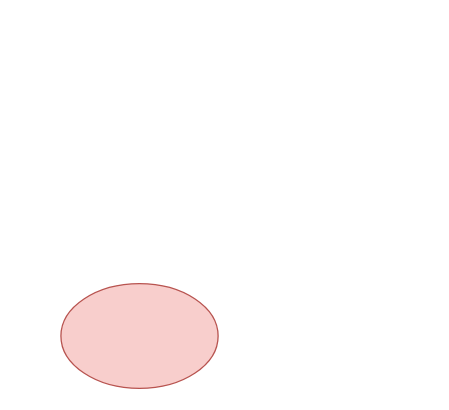
Above: page "Page-2" (2 of 2) of docs/assets/drawio/demo.drawio in ShaoOrg/bulletin (draw.io), before the change. Source tidied: cells renumbered, new cells numbered last; positions are measured from the earlier drawing's top-left corner, leaving out a move shared by most shapes. Both pictures are drawn from the tidied source at 131%, with x=0, y=0 at pixel (60, 283).
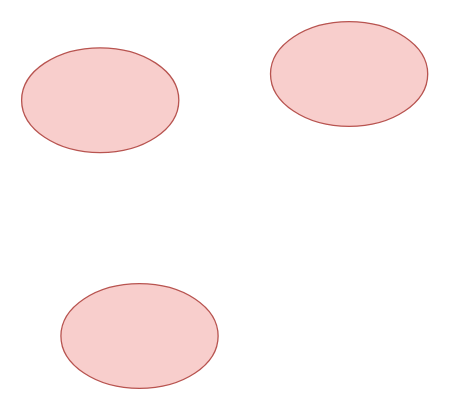
After the change.

Commit message:
commit by web api from f270e1c39490

The edit, as a diff of the source:
```diff
@@
 <mxGraphModel>
   <root>
     <mxCell id="0" />
     <mxCell id="1" parent="0" />
     <mxCell id="2" style="ellipse;whiteSpace=wrap;html=1;fillColor=#f8cecc;strokeColor=#b85450;" parent="1" vertex="1">
       <mxGeometry width="120" height="80" as="geometry" />
     </mxCell>
+    <mxCell id="3" style="ellipse;whiteSpace=wrap;html=1;fillColor=#f8cecc;strokeColor=#b85450;" parent="1" vertex="1">
+      <mxGeometry x="-30" y="-180" width="120" height="80" as="geometry" />
+    </mxCell>
+    <mxCell id="4" style="ellipse;whiteSpace=wrap;html=1;fillColor=#f8cecc;strokeColor=#b85450;" parent="1" vertex="1">
+      <mxGeometry x="160" y="-200" width="120" height="80" as="geometry" />
+    </mxCell>
   </root>
 </mxGraphModel>
```
